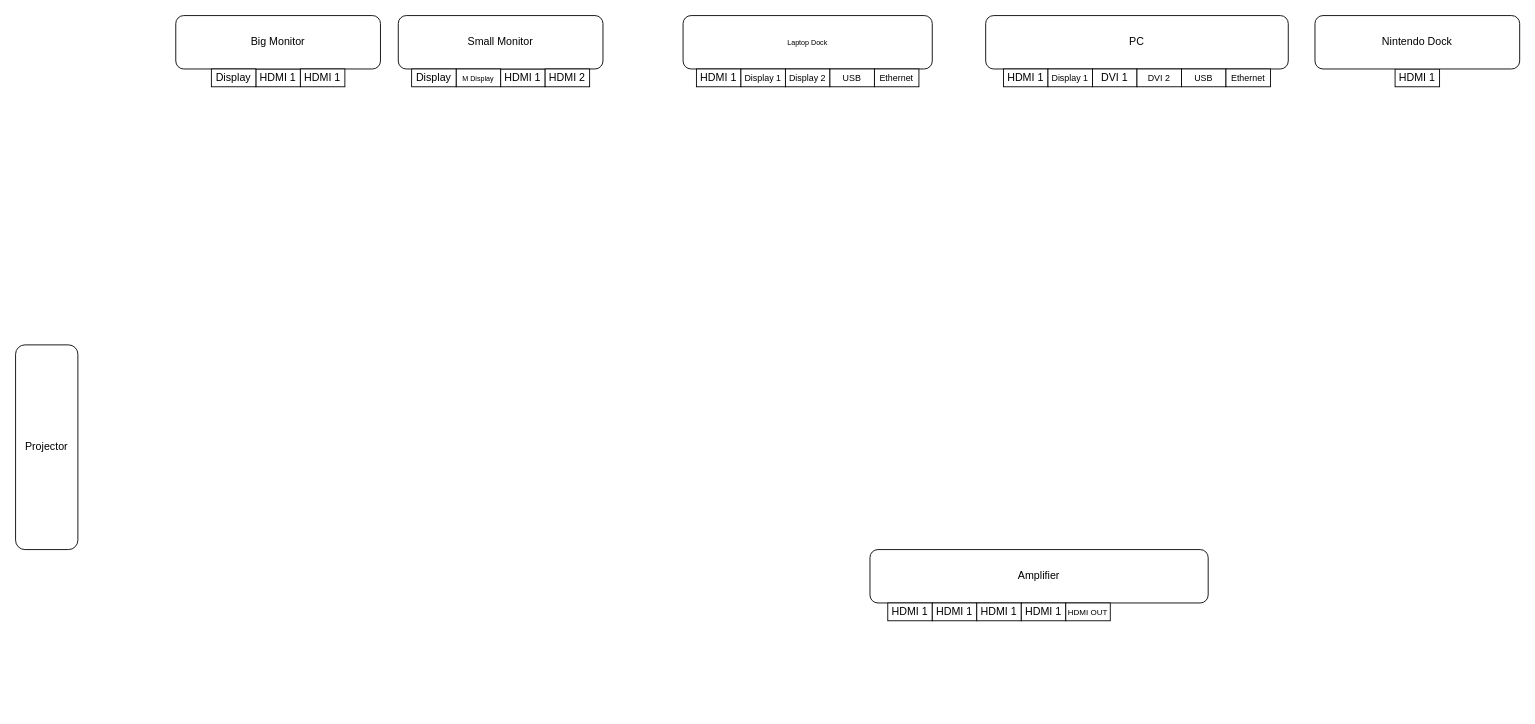
Before: Untitled Diagram.drawio in benczech212/BensTools, a draw.io diagram. Source tidied: cells renumbered, new cells numbered last; positions are measured from the earlier drawing's top-left corner, leaving out a move shared by most shapes. Both pictures are drawn from the tidied source at 89%, with x=0, y=0 at pixel (15, 15).
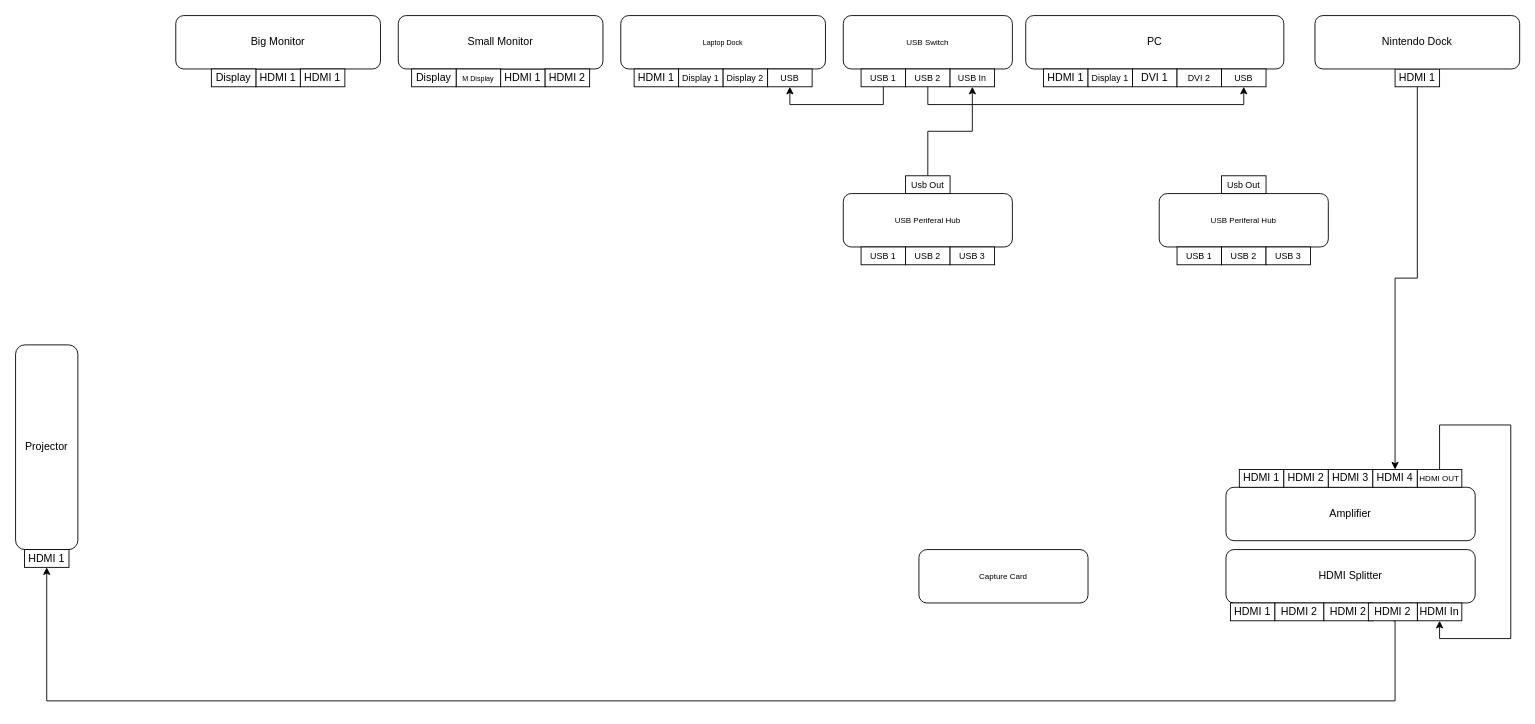
The same diagram, later.

Unchanged cells that the change refers to:
```xml
<mxCell id="26" value="HDMI 1" style="rounded=0;whiteSpace=wrap;html=1;" parent="1" vertex="1">
  <mxGeometry x="1550" y="60" width="50" height="20" as="geometry" />
</mxCell>
```

What changed in the source:
```diff
@@
     <mxCell id="12" value="Laptop Dock" style="rounded=1;whiteSpace=wrap;html=1;fontSize=8;" parent="1" vertex="1">
-      <mxGeometry x="750" width="280" height="60" as="geometry" />
+      <mxGeometry x="680" width="230" height="60" as="geometry" />
     </mxCell>
     <mxCell id="13" value="&lt;span style=&quot;font-size: 12px;&quot;&gt;PC&lt;/span&gt;" style="rounded=1;whiteSpace=wrap;html=1;fontSize=8;" parent="1" vertex="1">
-      <mxGeometry x="1090" width="340" height="60" as="geometry" />
+      <mxGeometry x="1135" width="290" height="60" as="geometry" />
     </mxCell>
     <mxCell id="14" value="&lt;span style=&quot;font-size: 12px;&quot;&gt;Amplifier&lt;/span&gt;" style="rounded=1;whiteSpace=wrap;html=1;fontSize=8;" parent="1" vertex="1">
-      <mxGeometry x="960" y="600" width="380" height="60" as="geometry" />
+      <mxGeometry x="1360" y="530" width="280" height="60" as="geometry" />
     </mxCell>
     <mxCell id="15" value="HDMI 1" style="rounded=0;whiteSpace=wrap;html=1;" parent="1" vertex="1">
-      <mxGeometry x="765" y="60" width="50" height="20" as="geometry" />
+      <mxGeometry x="695" y="60" width="50" height="20" as="geometry" />
     </mxCell>
     <mxCell id="16" value="&lt;font style=&quot;font-size: 10px;&quot;&gt;Display 1&lt;/font&gt;" style="rounded=0;whiteSpace=wrap;html=1;" parent="1" vertex="1">
-      <mxGeometry x="815" y="60" width="50" height="20" as="geometry" />
+      <mxGeometry x="745" y="60" width="50" height="20" as="geometry" />
     </mxCell>
     <mxCell id="17" value="&lt;font style=&quot;font-size: 10px;&quot;&gt;Display 2&lt;/font&gt;" style="rounded=0;whiteSpace=wrap;html=1;" parent="1" vertex="1">
-      <mxGeometry x="865" y="60" width="50" height="20" as="geometry" />
+      <mxGeometry x="795" y="60" width="50" height="20" as="geometry" />
     </mxCell>
     <mxCell id="18" value="&lt;font style=&quot;font-size: 10px;&quot;&gt;USB&lt;/font&gt;" style="rounded=0;whiteSpace=wrap;html=1;" parent="1" vertex="1">
-      <mxGeometry x="915" y="60" width="50" height="20" as="geometry" />
+      <mxGeometry x="845" y="60" width="50" height="20" as="geometry" />
     </mxCell>
-    <mxCell id="19" value="&lt;font style=&quot;font-size: 10px;&quot;&gt;Ethernet&lt;/font&gt;" style="rounded=0;whiteSpace=wrap;html=1;" parent="1" vertex="1">
-      <mxGeometry x="965" y="60" width="50" height="20" as="geometry" />
-    </mxCell>
     <mxCell id="20" value="HDMI 1" style="rounded=0;whiteSpace=wrap;html=1;" parent="1" vertex="1">
-      <mxGeometry x="1110" y="60" width="50" height="20" as="geometry" />
+      <mxGeometry x="1155" y="60" width="50" height="20" as="geometry" />
     </mxCell>
     <mxCell id="21" value="&lt;font style=&quot;font-size: 10px;&quot;&gt;Display 1&lt;/font&gt;" style="rounded=0;whiteSpace=wrap;html=1;" parent="1" vertex="1">
-      <mxGeometry x="1160" y="60" width="50" height="20" as="geometry" />
+      <mxGeometry x="1205" y="60" width="50" height="20" as="geometry" />
     </mxCell>
     <mxCell id="22" value="DVI 1" style="rounded=0;whiteSpace=wrap;html=1;" parent="1" vertex="1">
-      <mxGeometry x="1210" y="60" width="50" height="20" as="geometry" />
+      <mxGeometry x="1255" y="60" width="50" height="20" as="geometry" />
     </mxCell>
     <mxCell id="23" value="&lt;font style=&quot;font-size: 10px;&quot;&gt;DVI 2&lt;/font&gt;" style="rounded=0;whiteSpace=wrap;html=1;" parent="1" vertex="1">
-      <mxGeometry x="1260" y="60" width="50" height="20" as="geometry" />
+      <mxGeometry x="1305" y="60" width="50" height="20" as="geometry" />
     </mxCell>
     <mxCell id="24" value="&lt;font style=&quot;font-size: 10px;&quot;&gt;USB&lt;/font&gt;" style="rounded=0;whiteSpace=wrap;html=1;" parent="1" vertex="1">
-      <mxGeometry x="1310" y="60" width="50" height="20" as="geometry" />
+      <mxGeometry x="1355" y="60" width="50" height="20" as="geometry" />
     </mxCell>
-    <mxCell id="25" value="&lt;font style=&quot;font-size: 10px;&quot;&gt;Ethernet&lt;/font&gt;" style="rounded=0;whiteSpace=wrap;html=1;" parent="1" vertex="1">
-      <mxGeometry x="1360" y="60" width="50" height="20" as="geometry" />
-    </mxCell>
+    <mxCell id="33" style="edgeStyle=orthogonalEdgeStyle;rounded=0;jettySize=auto;html=1;exitX=0.5;exitY=1;exitDx=0;exitDy=0;entryX=0.5;entryY=0;entryDx=0;entryDy=0;fontSize=9;" parent="1" edge="1" source="26" target="31">
+      <mxGeometry relative="1" as="geometry" />
+    </mxCell>
@@
     <mxCell id="28" value="HDMI 1" style="rounded=0;whiteSpace=wrap;html=1;" parent="1" vertex="1">
-      <mxGeometry x="980" y="660" width="50" height="20" as="geometry" />
+      <mxGeometry x="1375" y="510" width="50" height="20" as="geometry" />
     </mxCell>
-    <mxCell id="29" value="HDMI 1" style="rounded=0;whiteSpace=wrap;html=1;" parent="1" vertex="1">
-      <mxGeometry x="1030" y="660" width="50" height="20" as="geometry" />
+    <mxCell id="29" value="HDMI 2" style="rounded=0;whiteSpace=wrap;html=1;" parent="1" vertex="1">
+      <mxGeometry x="1425" y="510" width="50" height="20" as="geometry" />
     </mxCell>
-    <mxCell id="30" value="HDMI 1" style="rounded=0;whiteSpace=wrap;html=1;" parent="1" vertex="1">
-      <mxGeometry x="1080" y="660" width="50" height="20" as="geometry" />
+    <mxCell id="30" value="HDMI 3" style="rounded=0;whiteSpace=wrap;html=1;" parent="1" vertex="1">
+      <mxGeometry x="1475" y="510" width="50" height="20" as="geometry" />
     </mxCell>
-    <mxCell id="31" value="HDMI 1" style="rounded=0;whiteSpace=wrap;html=1;" parent="1" vertex="1">
-      <mxGeometry x="1130" y="660" width="50" height="20" as="geometry" />
+    <mxCell id="31" value="HDMI 4" style="rounded=0;whiteSpace=wrap;html=1;" parent="1" vertex="1">
+      <mxGeometry x="1525" y="510" width="50" height="20" as="geometry" />
     </mxCell>
+    <mxCell id="34" style="edgeStyle=orthogonalEdgeStyle;rounded=0;jettySize=auto;html=1;exitX=0.5;exitY=0;exitDx=0;exitDy=0;entryX=0.5;entryY=1;entryDx=0;entryDy=0;fontSize=9;" parent="1" edge="1" source="32" target="39">
+      <mxGeometry relative="1" as="geometry">
+        <Array as="points">
+          <mxPoint x="1600" y="460" />
+          <mxPoint x="1680" y="460" />
+          <mxPoint x="1680" y="700" />
+          <mxPoint x="1600" y="700" />
+        </Array>
+      </mxGeometry>
+    </mxCell>
     <mxCell id="32" value="&lt;font style=&quot;font-size: 9px;&quot;&gt;HDMI OUT&lt;/font&gt;" style="rounded=0;whiteSpace=wrap;html=1;" parent="1" vertex="1">
-      <mxGeometry x="1180" y="660" width="50" height="20" as="geometry" />
+      <mxGeometry x="1575" y="510" width="50" height="20" as="geometry" />
     </mxCell>
+    <mxCell id="35" value="&lt;span style=&quot;font-size: 12px;&quot;&gt;HDMI Splitter&lt;/span&gt;" style="rounded=1;whiteSpace=wrap;html=1;fontSize=8;" parent="1" vertex="1">
+      <mxGeometry x="1360" y="600" width="280" height="60" as="geometry" />
+    </mxCell>
+    <mxCell id="36" value="HDMI 1" style="rounded=0;whiteSpace=wrap;html=1;" parent="1" vertex="1">
+      <mxGeometry x="1365" y="660" width="50" height="20" as="geometry" />
+    </mxCell>
+    <mxCell id="37" style="edgeStyle=orthogonalEdgeStyle;rounded=0;jettySize=auto;html=1;fontSize=9;entryX=0.5;entryY=1;entryDx=0;entryDy=0;exitX=0.5;exitY=1;exitDx=0;exitDy=0;" parent="1" edge="1" source="59" target="40">
+      <mxGeometry relative="1" as="geometry">
+        <Array as="points">
+          <mxPoint x="1550" y="680" />
+          <mxPoint x="1550" y="770" />
+          <mxPoint x="35" y="770" />
+        </Array>
+      </mxGeometry>
+    </mxCell>
+    <mxCell id="38" value="HDMI 2" style="rounded=0;whiteSpace=wrap;html=1;" parent="1" vertex="1">
+      <mxGeometry x="1415" y="660" width="55" height="20" as="geometry" />
+    </mxCell>
+    <mxCell id="39" value="HDMI In" style="rounded=0;whiteSpace=wrap;html=1;" parent="1" vertex="1">
+      <mxGeometry x="1575" y="660" width="50" height="20" as="geometry" />
+    </mxCell>
+    <mxCell id="40" value="HDMI 1" style="rounded=0;whiteSpace=wrap;html=1;" parent="1" vertex="1">
+      <mxGeometry x="10" y="600" width="50" height="20" as="geometry" />
+    </mxCell>
+    <mxCell id="41" value="USB Switch" style="rounded=1;whiteSpace=wrap;html=1;fontSize=9;" parent="1" vertex="1">
+      <mxGeometry x="930" width="190" height="60" as="geometry" />
+    </mxCell>
+    <mxCell id="42" style="edgeStyle=orthogonalEdgeStyle;rounded=0;jettySize=auto;html=1;exitX=0.5;exitY=1;exitDx=0;exitDy=0;entryX=0.5;entryY=1;entryDx=0;entryDy=0;fontSize=9;" parent="1" edge="1" source="43" target="18">
+      <mxGeometry relative="1" as="geometry" />
+    </mxCell>
+    <mxCell id="43" value="&lt;font style=&quot;font-size: 10px;&quot;&gt;USB 1&lt;/font&gt;" style="rounded=0;whiteSpace=wrap;html=1;" parent="1" vertex="1">
+      <mxGeometry x="950" y="60" width="50" height="20" as="geometry" />
+    </mxCell>
+    <mxCell id="44" style="edgeStyle=orthogonalEdgeStyle;rounded=0;jettySize=auto;html=1;exitX=0.5;exitY=1;exitDx=0;exitDy=0;entryX=0.5;entryY=1;entryDx=0;entryDy=0;fontSize=9;" parent="1" edge="1" source="45" target="24">
+      <mxGeometry relative="1" as="geometry" />
+    </mxCell>
+    <mxCell id="45" value="&lt;font style=&quot;font-size: 10px;&quot;&gt;USB 2&lt;/font&gt;" style="rounded=0;whiteSpace=wrap;html=1;" parent="1" vertex="1">
+      <mxGeometry x="1000" y="60" width="50" height="20" as="geometry" />
+    </mxCell>
+    <mxCell id="46" value="&lt;font style=&quot;font-size: 10px;&quot;&gt;USB In&lt;/font&gt;" style="rounded=0;whiteSpace=wrap;html=1;" parent="1" vertex="1">
+      <mxGeometry x="1050" y="60" width="50" height="20" as="geometry" />
+    </mxCell>
+    <mxCell id="47" value="USB Periferal Hub" style="rounded=1;whiteSpace=wrap;html=1;fontSize=9;" parent="1" vertex="1">
+      <mxGeometry x="930" y="200" width="190" height="60" as="geometry" />
+    </mxCell>
+    <mxCell id="48" value="&lt;font style=&quot;font-size: 10px;&quot;&gt;USB 1&lt;/font&gt;" style="rounded=0;whiteSpace=wrap;html=1;" parent="1" vertex="1">
+      <mxGeometry x="950" y="260" width="50" height="20" as="geometry" />
+    </mxCell>
+    <mxCell id="49" value="&lt;font style=&quot;font-size: 10px;&quot;&gt;USB 2&lt;/font&gt;" style="rounded=0;whiteSpace=wrap;html=1;" parent="1" vertex="1">
+      <mxGeometry x="1000" y="260" width="50" height="20" as="geometry" />
+    </mxCell>
+    <mxCell id="50" style="edgeStyle=orthogonalEdgeStyle;rounded=0;jettySize=auto;html=1;exitX=0.5;exitY=0;exitDx=0;exitDy=0;entryX=0.5;entryY=1;entryDx=0;entryDy=0;fontSize=9;" parent="1" edge="1" source="51" target="46">
+      <mxGeometry relative="1" as="geometry" />
+    </mxCell>
+    <mxCell id="51" value="&lt;font style=&quot;font-size: 10px;&quot;&gt;Usb Out&lt;/font&gt;" style="rounded=0;whiteSpace=wrap;html=1;" parent="1" vertex="1">
+      <mxGeometry x="1000" y="180" width="50" height="20" as="geometry" />
+    </mxCell>
+    <mxCell id="52" value="&lt;font style=&quot;font-size: 10px;&quot;&gt;USB 3&lt;/font&gt;" style="rounded=0;whiteSpace=wrap;html=1;" parent="1" vertex="1">
+      <mxGeometry x="1050" y="260" width="50" height="20" as="geometry" />
+    </mxCell>
+    <mxCell id="53" value="USB Periferal Hub" style="rounded=1;whiteSpace=wrap;html=1;fontSize=9;" parent="1" vertex="1">
+      <mxGeometry x="1285" y="200" width="190" height="60" as="geometry" />
+    </mxCell>
+    <mxCell id="54" value="&lt;font style=&quot;font-size: 10px;&quot;&gt;USB 1&lt;/font&gt;" style="rounded=0;whiteSpace=wrap;html=1;" parent="1" vertex="1">
+      <mxGeometry x="1305" y="260" width="50" height="20" as="geometry" />
+    </mxCell>
+    <mxCell id="55" value="&lt;font style=&quot;font-size: 10px;&quot;&gt;USB 2&lt;/font&gt;" style="rounded=0;whiteSpace=wrap;html=1;" parent="1" vertex="1">
+      <mxGeometry x="1355" y="260" width="50" height="20" as="geometry" />
+    </mxCell>
+    <mxCell id="56" value="&lt;font style=&quot;font-size: 10px;&quot;&gt;Usb Out&lt;/font&gt;" style="rounded=0;whiteSpace=wrap;html=1;" parent="1" vertex="1">
+      <mxGeometry x="1355" y="180" width="50" height="20" as="geometry" />
+    </mxCell>
+    <mxCell id="57" value="&lt;font style=&quot;font-size: 10px;&quot;&gt;USB 3&lt;/font&gt;" style="rounded=0;whiteSpace=wrap;html=1;" parent="1" vertex="1">
+      <mxGeometry x="1405" y="260" width="50" height="20" as="geometry" />
+    </mxCell>
+    <mxCell id="58" value="HDMI 2" style="rounded=0;whiteSpace=wrap;html=1;" parent="1" vertex="1">
+      <mxGeometry x="1470" y="660" width="55" height="20" as="geometry" />
+    </mxCell>
+    <mxCell id="59" value="HDMI 2" style="rounded=0;whiteSpace=wrap;html=1;" parent="1" vertex="1">
+      <mxGeometry x="1520" y="660" width="55" height="20" as="geometry" />
+    </mxCell>
+    <mxCell id="60" value="Capture Card" style="rounded=1;whiteSpace=wrap;html=1;fontSize=9;" parent="1" vertex="1">
+      <mxGeometry x="1015" y="600" width="190" height="60" as="geometry" />
+    </mxCell>
```
